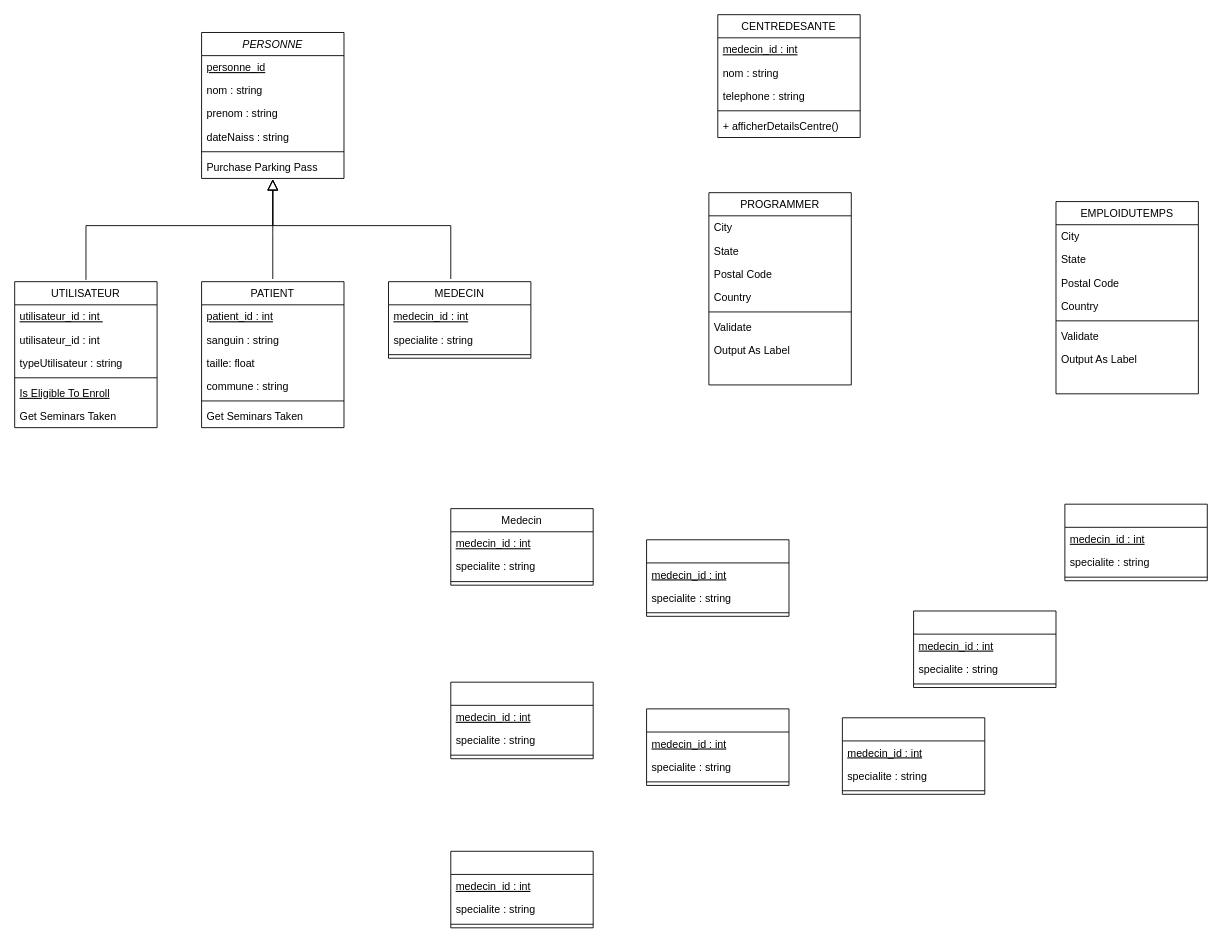
This is Untitled Diagram.drawio from 2024SMAGIR2A/MedicalinfoA, a draw.io file, before an edit. Source tidied: cells renumbered, new cells numbered last; positions are measured from the earlier drawing's top-left corner, leaving out a move shared by most shapes. Both pictures are drawn from the tidied source at 89%, with x=0, y=0 at pixel (14, 14).
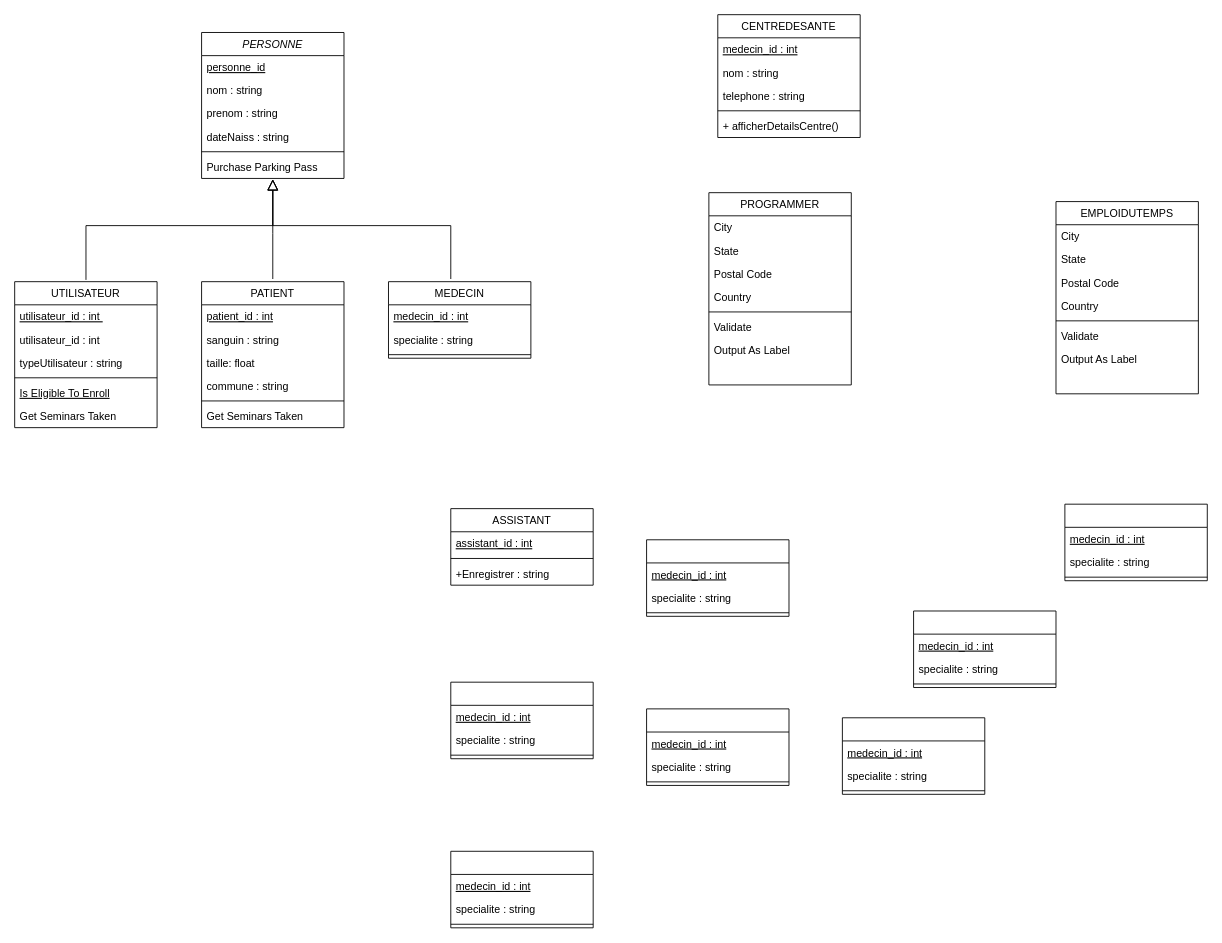
The same page after the edit.

Commit message (it also covers changes not shown here):
Mettre à jour Untitled Diagram.drawio

Diff of the diagram source:
```diff
@@
-    <mxCell id="46" value="Medecin" style="swimlane;fontStyle=0;align=center;verticalAlign=top;horizontal=1;startSize=26;rounded=0;shadow=0;strokeWidth=1;" parent="1" vertex="1">
+    <mxCell id="46" value="ASSISTANT" style="swimlane;fontStyle=0;align=center;verticalAlign=top;horizontal=1;startSize=26;rounded=0;shadow=0;strokeWidth=1;" parent="1" vertex="1">
       <mxGeometry x="490" y="555" width="160" height="86" as="geometry" />
     </mxCell>
-    <mxCell id="47" value="medecin_id : int" style="text;align=left;verticalAlign=top;spacingLeft=4;spacingRight=4;overflow=hidden;fontStyle=4;" parent="46" vertex="1">
+    <mxCell id="47" value="assistant_id : int" style="text;align=left;verticalAlign=top;spacingLeft=4;spacingRight=4;overflow=hidden;fontStyle=4;" parent="46" vertex="1">
       <mxGeometry y="26" width="160" height="26" as="geometry" />
     </mxCell>
+    <mxCell id="49" style="line;html=1;strokeWidth=1;align=left;verticalAlign=middle;spacingTop=-1;spacingLeft=3;spacingRight=3;labelPosition=right;" parent="46" vertex="1">
+      <mxGeometry y="52" width="160" height="8" as="geometry" />
+    </mxCell>
-    <mxCell id="48" value="specialite : string" style="text;align=left;verticalAlign=top;spacingLeft=4;spacingRight=4;overflow=hidden;" parent="46" vertex="1">
-      <mxGeometry y="52" width="160" height="26" as="geometry" />
+    <mxCell id="48" value="+Enregistrer : string" style="text;align=left;verticalAlign=top;spacingLeft=4;spacingRight=4;overflow=hidden;" parent="46" vertex="1">
+      <mxGeometry y="60" width="160" height="26" as="geometry" />
     </mxCell>
-    <mxCell id="49" style="line;html=1;strokeWidth=1;align=left;verticalAlign=middle;spacingTop=-1;spacingLeft=3;spacingRight=3;labelPosition=right;" parent="46" vertex="1">
-      <mxGeometry y="78" width="160" height="8" as="geometry" />
-    </mxCell>
```
